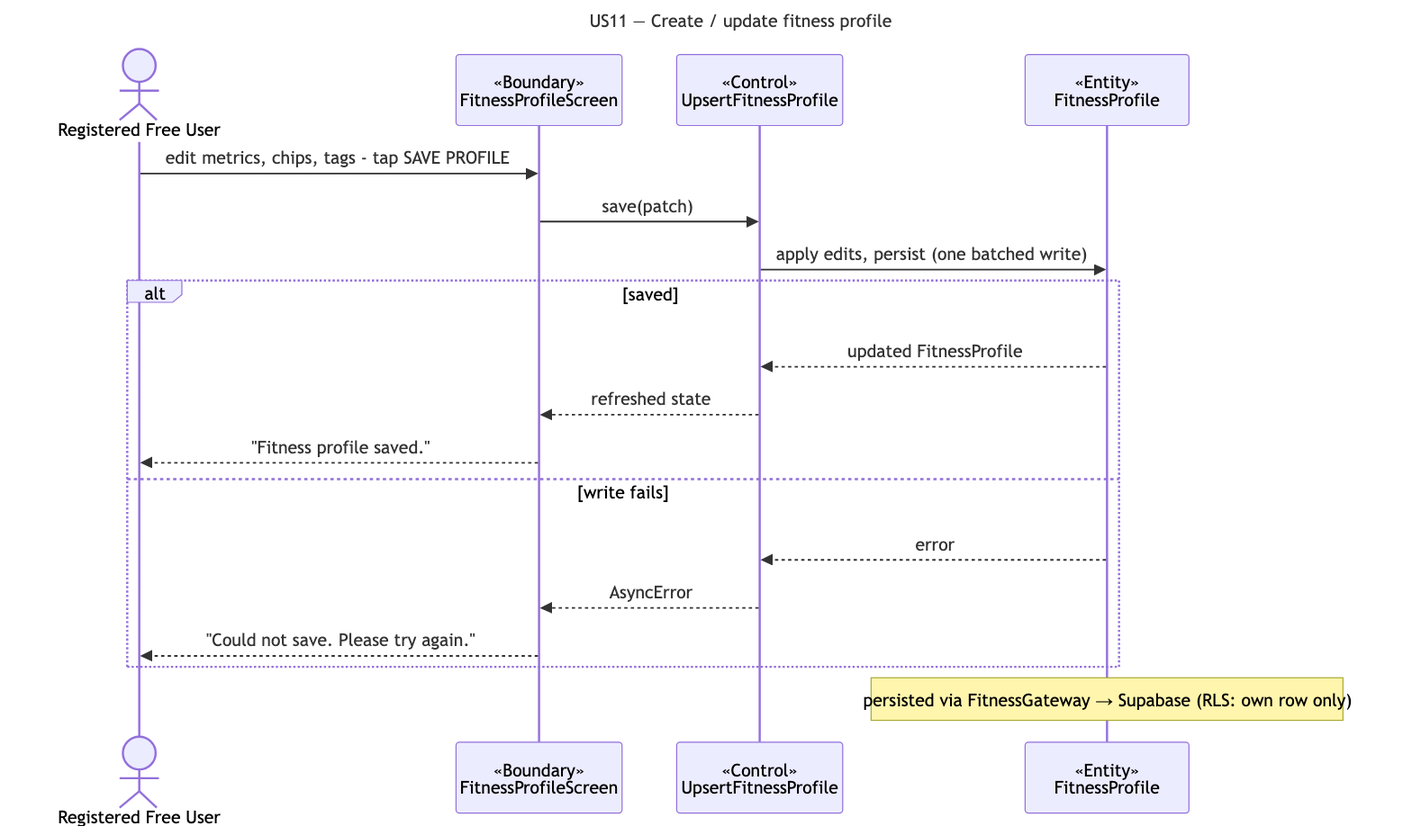
cyuanjun/FYP-26-S2-37-app keeps this Mermaid diagram as docs/deliverables/sequence-diagrams/US11-fitness-profile.png. Above is the earlier version. Its source is kept beside it as docs/deliverables/sequence-diagrams/src/US11-fitness-profile.mmd.
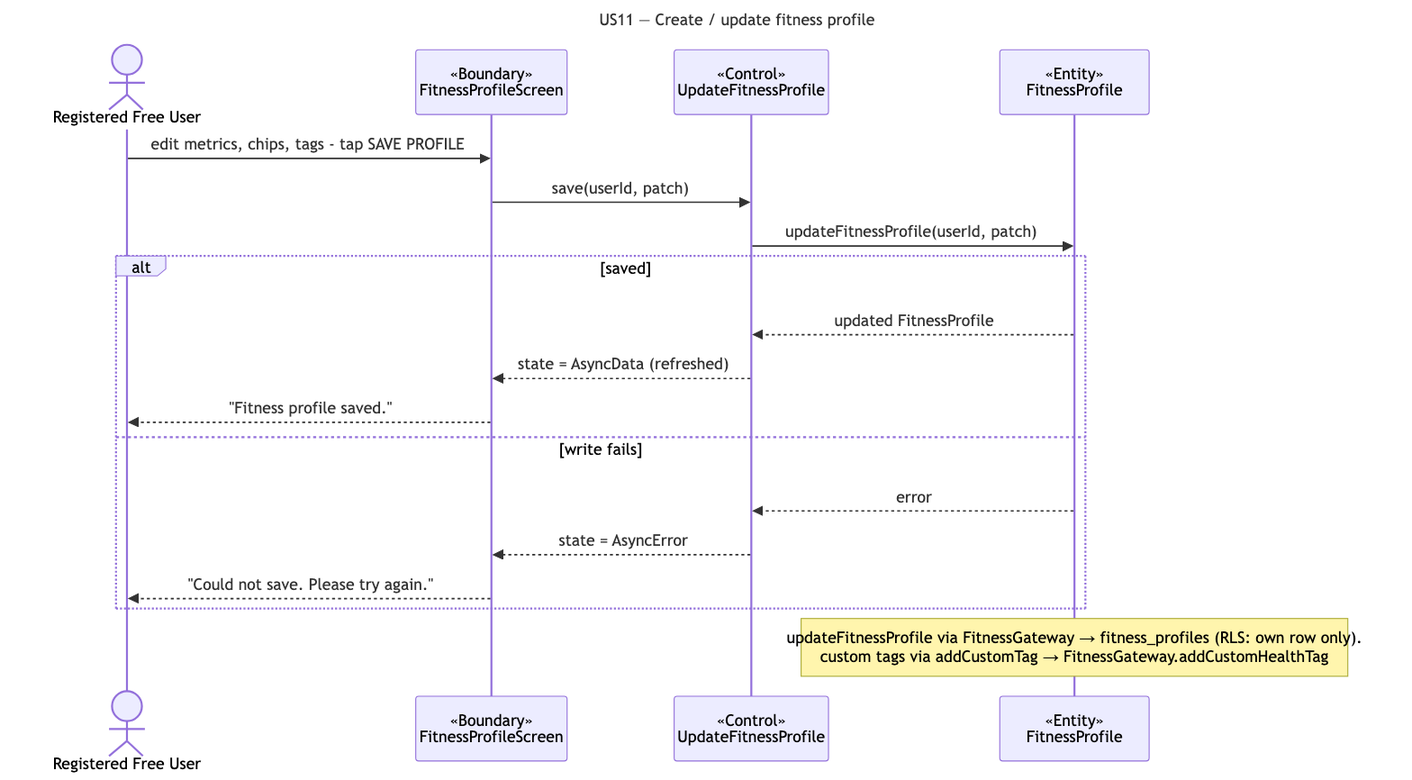
Above is the later version.

What changed in the source:
```diff
@@ -4,18 +4,18 @@
 sequenceDiagram
   actor A as Registered Free User
   participant B as «Boundary»<br/>FitnessProfileScreen
-  participant C as «Control»<br/>UpsertFitnessProfile
+  participant C as «Control»<br/>UpdateFitnessProfile
   participant E as «Entity»<br/>FitnessProfile
   A->>B: edit metrics, chips, tags - tap SAVE PROFILE
-  B->>C: save(patch)
-  C->>E: apply edits, persist (one batched write)
+  B->>C: save(userId, patch)
+  C->>E: updateFitnessProfile(userId, patch)
   alt saved
     E-->>C: updated FitnessProfile
-    C-->>B: refreshed state
+    C-->>B: state = AsyncData (refreshed)
     B-->>A: "Fitness profile saved."
   else write fails
     E-->>C: error
-    C-->>B: AsyncError
+    C-->>B: state = AsyncError
     B-->>A: "Could not save. Please try again."
   end
-  note over E: persisted via FitnessGateway → Supabase (RLS: own row only)
+  note over E: updateFitnessProfile via FitnessGateway → fitness_profiles (RLS: own row only).<br/>custom tags via addCustomTag → FitnessGateway.addCustomHealthTag
```
